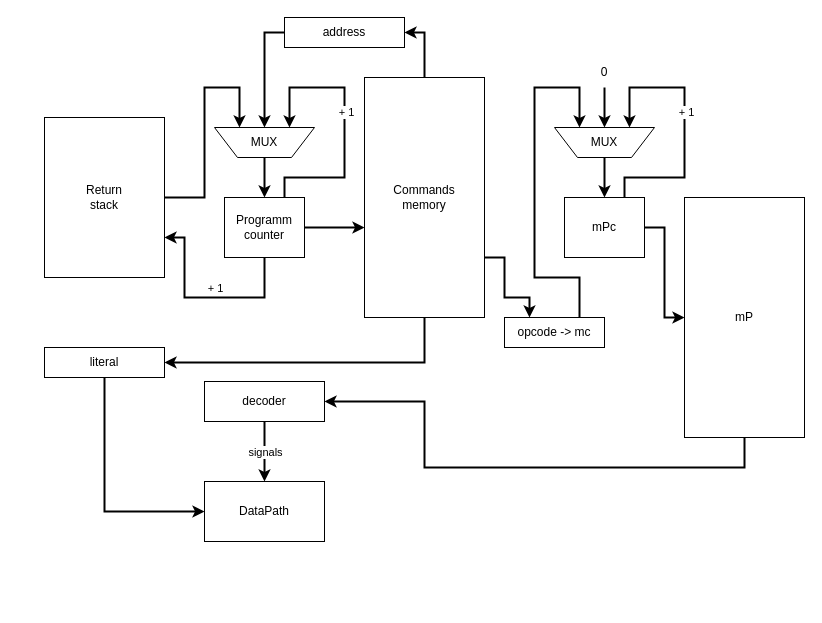
Earlier version of the draw.io diagram schemes/control-unit.drawio (DiedCloud/csa-lab-3). Source tidied: cells renumbered, new cells numbered last; positions are measured from the earlier drawing's top-left corner, leaving out a move shared by most shapes. Both pictures are drawn from the tidied source at 100%, with x=0, y=0 at pixel (44, 17).
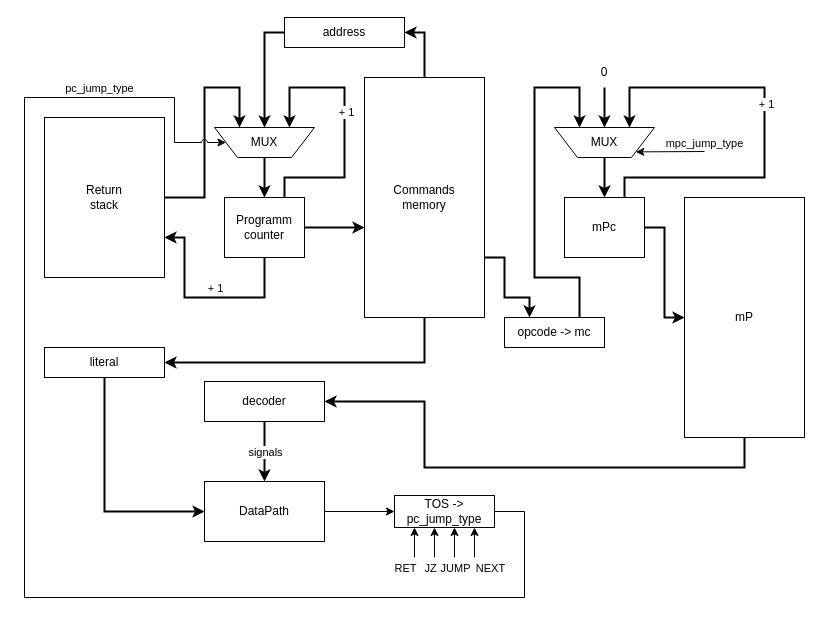
After the change.

Commit message (it also covers changes not shown here):
init: machine with microproprogram + signals in control unit + more detailed ALU

The change refers to these unchanged cells:
```xml
<mxCell id="2" value="DataPath" style="rounded=0;whiteSpace=wrap;html=1;" parent="1" vertex="1">
  <mxGeometry x="160" y="464" width="120" height="60" as="geometry" />
</mxCell>
<mxCell id="6" value="mPc" style="rounded=0;whiteSpace=wrap;html=1;" parent="1" vertex="1">
  <mxGeometry x="520" y="180" width="80" height="60" as="geometry" />
</mxCell>
<mxCell id="10" value="MUX" style="verticalLabelPosition=middle;verticalAlign=middle;html=1;shape=trapezoid;perimeter=trapezoidPerimeter;whiteSpace=wrap;size=0.23;arcSize=10;flipV=1;labelPosition=center;align=center;rotation=0;" parent="1" vertex="1">
  <mxGeometry x="510" y="110" width="100" height="30" as="geometry" />
</mxCell>
<mxCell id="26" value="MUX" style="verticalLabelPosition=middle;verticalAlign=middle;html=1;shape=trapezoid;perimeter=trapezoidPerimeter;whiteSpace=wrap;size=0.23;arcSize=10;flipV=1;labelPosition=center;align=center;rotation=0;" parent="1" vertex="1">
  <mxGeometry x="170" y="110" width="100" height="30" as="geometry" />
</mxCell>
```

Change to the diagram source:
```diff
@@
     <mxCell id="15" style="endArrow=classic;html=1;rounded=0;exitX=0.75;exitY=0;exitDx=0;exitDy=0;entryX=0.75;entryY=0;entryDx=0;entryDy=0;strokeWidth=2;" parent="1" edge="1" source="6" target="10">
       <mxGeometry relative="1" as="geometry">
         <Array as="points">
           <mxPoint x="580" y="160" />
-          <mxPoint x="640" y="160" />
-          <mxPoint x="640" y="70" />
+          <mxPoint x="720" y="160" />
+          <mxPoint x="720" y="70" />
           <mxPoint x="585" y="70" />
         </Array>
       </mxGeometry>
     </mxCell>
@@
+    <mxCell id="36" style="endArrow=classic;html=1;rounded=0;entryX=1;entryY=1;entryDx=0;entryDy=0;" parent="1" edge="1" target="10">
+      <mxGeometry relative="1" as="geometry">
+        <mxPoint x="660" y="134" as="sourcePoint" />
+      </mxGeometry>
+    </mxCell>
+    <mxCell id="37" value="mpc_jump_type" style="edgeLabel;html=1;align=center;verticalAlign=middle;" parent="36" vertex="1">
+      <mxGeometry x="-0.34" y="-1" relative="1" as="geometry">
+        <mxPoint x="23" y="-8" as="offset" />
+      </mxGeometry>
+    </mxCell>
+    <mxCell id="38" style="endArrow=classic;html=1;rounded=0;entryX=0;entryY=0.5;entryDx=0;entryDy=0;jumpStyle=arc;exitX=1;exitY=0.5;exitDx=0;exitDy=0;" parent="1" edge="1" source="41" target="26">
+      <mxGeometry relative="1" as="geometry">
+        <Array as="points">
+          <mxPoint x="480" y="494" />
+          <mxPoint x="480" y="580" />
+          <mxPoint x="-20" y="580" />
+          <mxPoint x="-20" y="80" />
+          <mxPoint x="130" y="80" />
+          <mxPoint x="130" y="125" />
+        </Array>
+      </mxGeometry>
+    </mxCell>
+    <mxCell id="39" value="pc_jump_type" style="edgeLabel;html=1;align=center;verticalAlign=middle;" parent="38" vertex="1">
+      <mxGeometry x="-0.76" y="-2" relative="1" as="geometry">
+        <mxPoint x="-378" y="-508" as="offset" />
+      </mxGeometry>
+    </mxCell>
+    <mxCell id="40" style="endArrow=classic;html=1;rounded=0;jumpStyle=arc;exitX=1;exitY=0.5;exitDx=0;exitDy=0;entryX=0;entryY=0.5;entryDx=0;entryDy=0;" parent="1" edge="1" source="2" target="41">
+      <mxGeometry relative="1" as="geometry" />
+    </mxCell>
+    <mxCell id="41" value="TOS -&amp;gt; pc_jump_type" style="rounded=0;whiteSpace=wrap;html=1;" parent="1" vertex="1">
+      <mxGeometry x="350" y="478" width="100" height="32" as="geometry" />
+    </mxCell>
+    <mxCell id="42" style="endArrow=classic;html=1;rounded=0;jumpStyle=arc;" parent="1" edge="1">
+      <mxGeometry relative="1" as="geometry">
+        <mxPoint x="390" y="540" as="sourcePoint" />
+        <mxPoint x="390" y="510" as="targetPoint" />
+      </mxGeometry>
+    </mxCell>
+    <mxCell id="43" value="JZ" style="edgeLabel;html=1;align=center;verticalAlign=middle;" parent="42" vertex="1">
+      <mxGeometry x="-0.49" y="-1" relative="1" as="geometry">
+        <mxPoint x="-6" y="18" as="offset" />
+      </mxGeometry>
+    </mxCell>
+    <mxCell id="44" style="endArrow=classic;html=1;rounded=0;jumpStyle=arc;" parent="1" edge="1">
+      <mxGeometry relative="1" as="geometry">
+        <mxPoint x="410" y="540" as="sourcePoint" />
+        <mxPoint x="410" y="510" as="targetPoint" />
+      </mxGeometry>
+    </mxCell>
+    <mxCell id="45" value="JUMP" style="edgeLabel;html=1;align=center;verticalAlign=middle;" parent="44" vertex="1">
+      <mxGeometry x="-0.76" y="1" relative="1" as="geometry">
+        <mxPoint x="1" y="14" as="offset" />
+      </mxGeometry>
+    </mxCell>
+    <mxCell id="46" style="endArrow=classic;html=1;rounded=0;jumpStyle=arc;" parent="1" edge="1">
+      <mxGeometry relative="1" as="geometry">
+        <mxPoint x="430" y="540" as="sourcePoint" />
+        <mxPoint x="430" y="510" as="targetPoint" />
+      </mxGeometry>
+    </mxCell>
+    <mxCell id="47" value="NEXT" style="edgeLabel;html=1;align=center;verticalAlign=middle;" parent="46" vertex="1">
+      <mxGeometry x="-0.8" relative="1" as="geometry">
+        <mxPoint x="15" y="13" as="offset" />
+      </mxGeometry>
+    </mxCell>
+    <mxCell id="48" style="endArrow=classic;html=1;rounded=0;jumpStyle=arc;" parent="1" edge="1">
+      <mxGeometry relative="1" as="geometry">
+        <mxPoint x="370" y="540" as="sourcePoint" />
+        <mxPoint x="370" y="510" as="targetPoint" />
+      </mxGeometry>
+    </mxCell>
+    <mxCell id="49" value="RET" style="edgeLabel;html=1;align=center;verticalAlign=middle;" parent="48" vertex="1">
+      <mxGeometry x="-0.8" relative="1" as="geometry">
+        <mxPoint x="-10" y="13" as="offset" />
+      </mxGeometry>
+    </mxCell>
```
